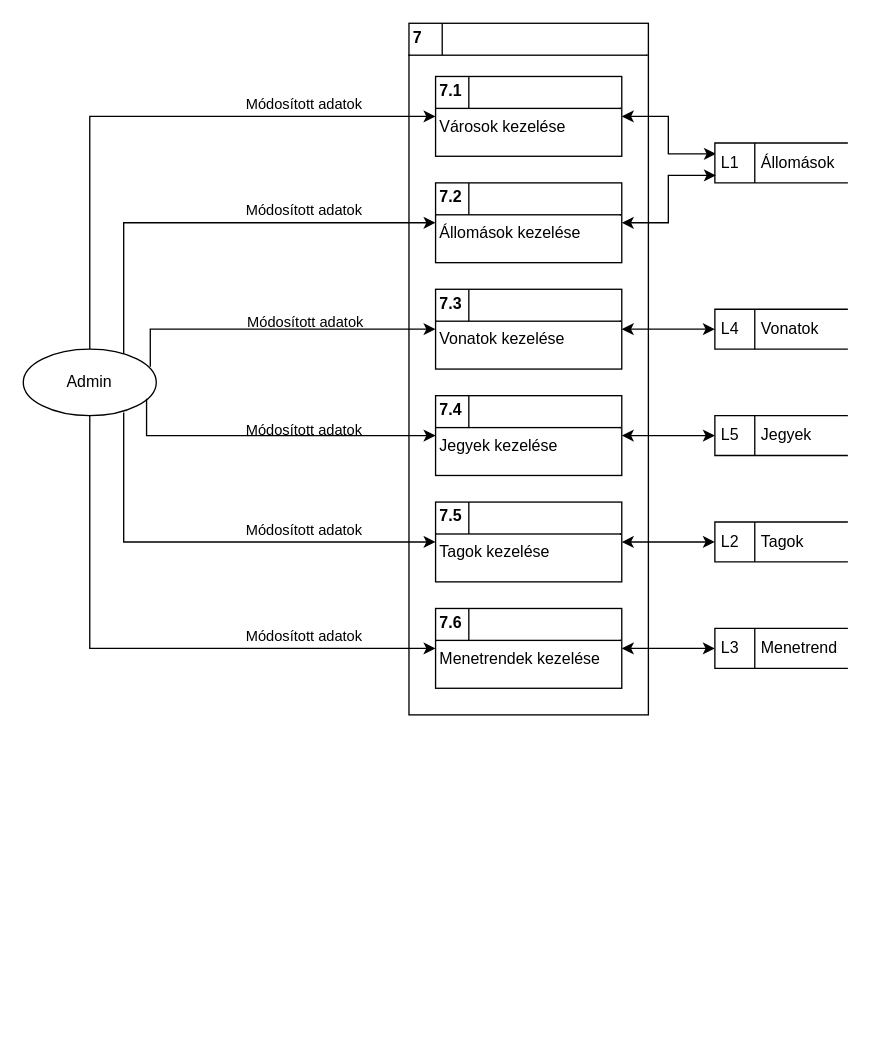
The draw.io diagram dokumentacio/logikai_fiziaki_adatfolyam/logiaki_adatfolyam_kezeles.drawio in RevMarci/vasutmenetrend, before the edit. Source tidied: cells renumbered, new cells numbered last; positions are measured from the earlier drawing's top-left corner, leaving out a move shared by most shapes. Both pictures are drawn from the tidied source at 133%, with x=0, y=0 at pixel (23, 23).
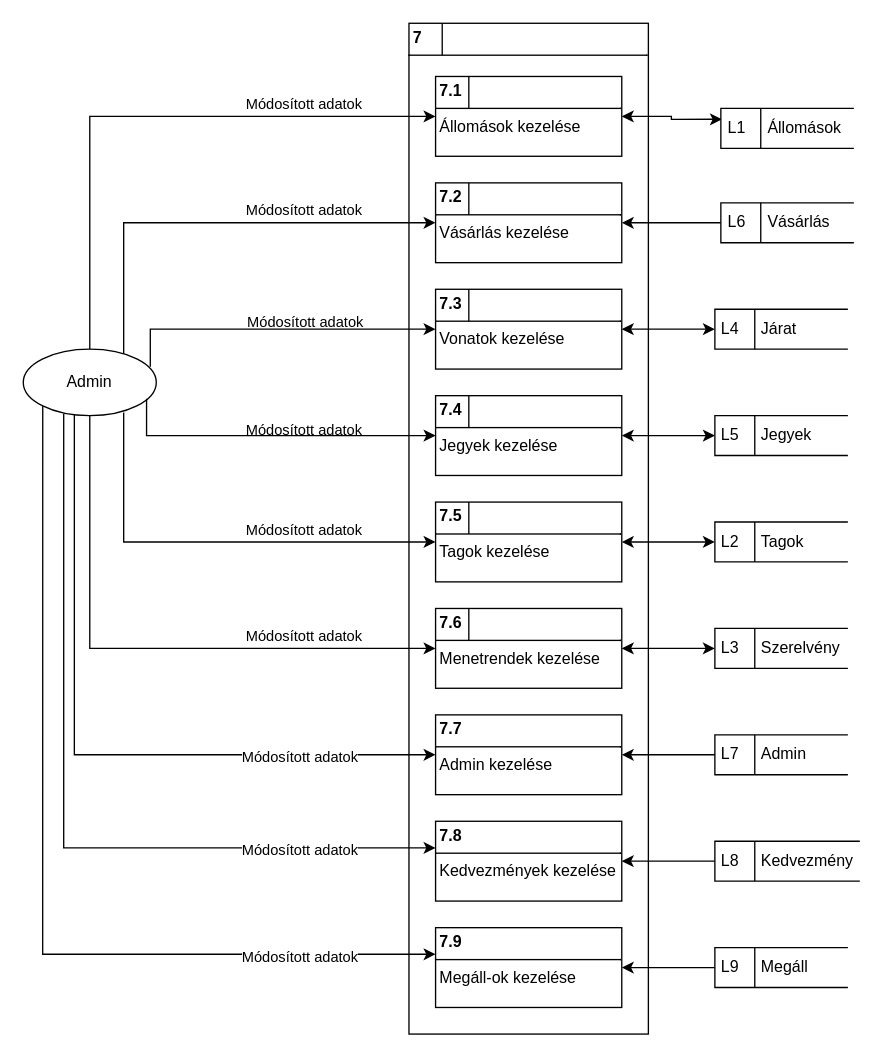
The same page after the edit.

Unchanged cells that the change refers to:
```xml
<mxCell id="18" value="Admin" style="shape=ellipse;html=1;dashed=0;whiteSpace=wrap;perimeter=ellipsePerimeter;" parent="1" vertex="1">
  <mxGeometry y="245" width="100" height="50" as="geometry" />
</mxCell>
<mxCell id="25" value="&lt;p style=&quot;margin: 4px 0px 0px;&quot;&gt;&lt;b&gt;&amp;nbsp;7.5&lt;/b&gt;&lt;/p&gt;&lt;hr size=&quot;1&quot; style=&quot;border-style:solid;&quot;&gt;&lt;div style=&quot;height:2px;&quot;&gt;&amp;nbsp;Tagok kezelése&lt;/div&gt;" style="verticalAlign=top;align=left;overflow=fill;html=1;whiteSpace=wrap;" parent="1" vertex="1">
  <mxGeometry x="310" y="360" width="140" height="60" as="geometry" />
</mxCell>
```

The edit, as a diff of the source:
```diff
@@
     <mxCell id="2" value="&lt;p style=&quot;margin: 4px 0px 0px;&quot;&gt;&lt;b&gt;&amp;nbsp;7&lt;/b&gt;&lt;/p&gt;&lt;hr size=&quot;1&quot; style=&quot;border-style:solid;&quot;&gt;&amp;nbsp;&lt;br&gt;&lt;div style=&quot;height:2px;&quot;&gt;&lt;/div&gt;" style="verticalAlign=top;align=left;overflow=fill;html=1;whiteSpace=wrap;" parent="1" vertex="1">
-      <mxGeometry x="290" width="180" height="520" as="geometry" />
+      <mxGeometry x="290" width="180" height="760" as="geometry" />
     </mxCell>
@@
-    <mxCell id="4" value="&lt;p style=&quot;margin: 4px 0px 0px;&quot;&gt;&lt;b&gt;&amp;nbsp;7.1&lt;/b&gt;&lt;/p&gt;&lt;hr size=&quot;1&quot; style=&quot;border-style:solid;&quot;&gt;&lt;div style=&quot;height:2px;&quot;&gt;&amp;nbsp;Városok kezelése&lt;/div&gt;" style="verticalAlign=top;align=left;overflow=fill;html=1;whiteSpace=wrap;" parent="1" vertex="1">
+    <mxCell id="4" value="&lt;p style=&quot;margin: 4px 0px 0px;&quot;&gt;&lt;b&gt;&amp;nbsp;7.1&lt;/b&gt;&lt;/p&gt;&lt;hr size=&quot;1&quot; style=&quot;border-style:solid;&quot;&gt;&lt;div style=&quot;height:2px;&quot;&gt;&amp;nbsp;Állomások kezelése&lt;/div&gt;" style="verticalAlign=top;align=left;overflow=fill;html=1;whiteSpace=wrap;" parent="1" vertex="1">
       <mxGeometry x="310" y="40" width="140" height="60" as="geometry" />
     </mxCell>
-    <mxCell id="5" value="&lt;p style=&quot;margin: 4px 0px 0px;&quot;&gt;&lt;b&gt;&amp;nbsp;7.2&lt;/b&gt;&lt;/p&gt;&lt;hr size=&quot;1&quot; style=&quot;border-style:solid;&quot;&gt;&lt;div style=&quot;height:2px;&quot;&gt;&amp;nbsp;Állomások kezelése&lt;/div&gt;" style="verticalAlign=top;align=left;overflow=fill;html=1;whiteSpace=wrap;" parent="1" vertex="1">
+    <mxCell id="5" value="&lt;p style=&quot;margin: 4px 0px 0px;&quot;&gt;&lt;b&gt;&amp;nbsp;7.2&lt;/b&gt;&lt;/p&gt;&lt;hr size=&quot;1&quot; style=&quot;border-style:solid;&quot;&gt;&lt;div style=&quot;height:2px;&quot;&gt;&amp;nbsp;Vásárlás kezelése&lt;/div&gt;" style="verticalAlign=top;align=left;overflow=fill;html=1;whiteSpace=wrap;" parent="1" vertex="1">
       <mxGeometry x="310" y="120" width="140" height="60" as="geometry" />
     </mxCell>
@@
+    <mxCell id="40" style="edgeStyle=orthogonalEdgeStyle;rounded=0;jettySize=auto;html=1;exitX=0.384;exitY=0.932;exitDx=0;exitDy=0;exitPerimeter=0;" parent="1" edge="1" source="18" target="54">
+      <mxGeometry relative="1" as="geometry">
+        <Array as="points">
+          <mxPoint x="38" y="550" />
+        </Array>
+      </mxGeometry>
+    </mxCell>
+    <mxCell id="41" value="Módosított adatok" style="edgeLabel;html=1;align=center;verticalAlign=middle;" parent="40" vertex="1">
+      <mxGeometry x="0.61" y="-1" relative="1" as="geometry" />
+    </mxCell>
+    <mxCell id="42" style="edgeStyle=orthogonalEdgeStyle;rounded=0;jettySize=auto;html=1;exitX=0.304;exitY=0.977;exitDx=0;exitDy=0;exitPerimeter=0;" parent="1" edge="1" source="18" target="55">
+      <mxGeometry relative="1" as="geometry">
+        <Array as="points">
+          <mxPoint x="30" y="620" />
+        </Array>
+      </mxGeometry>
+    </mxCell>
+    <mxCell id="43" value="Módosított adatok" style="edgeLabel;html=1;align=center;verticalAlign=middle;" parent="42" vertex="1">
+      <mxGeometry x="0.66" y="-1" relative="1" as="geometry" />
+    </mxCell>
+    <mxCell id="44" style="edgeStyle=orthogonalEdgeStyle;rounded=0;jettySize=auto;html=1;exitX=0;exitY=1;exitDx=0;exitDy=0;" parent="1" edge="1" source="18" target="56">
+      <mxGeometry relative="1" as="geometry">
+        <Array as="points">
+          <mxPoint x="15" y="700" />
+        </Array>
+      </mxGeometry>
+    </mxCell>
+    <mxCell id="45" value="Módosított adatok" style="edgeLabel;html=1;align=center;verticalAlign=middle;" parent="44" vertex="1">
+      <mxGeometry x="0.71" y="-1" relative="1" as="geometry" />
+    </mxCell>
@@
     <mxCell id="19" value="L1&amp;nbsp; &amp;nbsp; &amp;nbsp;Állomások" style="html=1;dashed=0;whiteSpace=wrap;shape=mxgraph.dfd.dataStoreID;align=left;spacingLeft=3;points=[[0,0],[0.5,0],[1,0],[0,0.5],[1,0.5],[0,1],[0.5,1],[1,1]];" parent="1" vertex="1">
-      <mxGeometry x="520" y="90" width="100" height="30" as="geometry" />
+      <mxGeometry x="524.5" y="64" width="100" height="30" as="geometry" />
     </mxCell>
-    <mxCell id="20" value="L4&amp;nbsp; &amp;nbsp; &amp;nbsp;Vonatok" style="html=1;dashed=0;whiteSpace=wrap;shape=mxgraph.dfd.dataStoreID;align=left;spacingLeft=3;points=[[0,0],[0.5,0],[1,0],[0,0.5],[1,0.5],[0,1],[0.5,1],[1,1]];" parent="1" vertex="1">
+    <mxCell id="20" value="L4&amp;nbsp; &amp;nbsp; &amp;nbsp;Járat" style="html=1;dashed=0;whiteSpace=wrap;shape=mxgraph.dfd.dataStoreID;align=left;spacingLeft=3;points=[[0,0],[0.5,0],[1,0],[0,0.5],[1,0.5],[0,1],[0.5,1],[1,1]];" parent="1" vertex="1">
       <mxGeometry x="520" y="215" width="100" height="30" as="geometry" />
     </mxCell>
-    <mxCell id="21" style="edgeStyle=orthogonalEdgeStyle;rounded=0;jettySize=auto;html=1;exitX=1;exitY=0.5;exitDx=0;exitDy=0;entryX=0.008;entryY=0.813;entryDx=0;entryDy=0;entryPerimeter=0;startArrow=classic;startFill=1;" parent="1" edge="1" source="5" target="19">
-      <mxGeometry relative="1" as="geometry" />
-    </mxCell>
@@
     <mxCell id="28" style="edgeStyle=orthogonalEdgeStyle;rounded=0;jettySize=auto;html=1;exitX=0;exitY=0.5;exitDx=0;exitDy=0;entryX=0.755;entryY=0.954;entryDx=0;entryDy=0;entryPerimeter=0;startArrow=classic;startFill=1;endArrow=none;" parent="1" edge="1" source="25" target="18">
-      <mxGeometry relative="1" as="geometry" />
+      <mxGeometry relative="1" as="geometry">
+        <Array as="points">
+          <mxPoint x="75" y="390" />
+        </Array>
+      </mxGeometry>
     </mxCell>
@@
-    <mxCell id="35" value="L3&amp;nbsp; &amp;nbsp; &amp;nbsp;Menetrend" style="html=1;dashed=0;whiteSpace=wrap;shape=mxgraph.dfd.dataStoreID;align=left;spacingLeft=3;points=[[0,0],[0.5,0],[1,0],[0,0.5],[1,0.5],[0,1],[0.5,1],[1,1]];" parent="1" vertex="1">
+    <mxCell id="35" value="L3&amp;nbsp; &amp;nbsp; &amp;nbsp;Szerelvény" style="html=1;dashed=0;whiteSpace=wrap;shape=mxgraph.dfd.dataStoreID;align=left;spacingLeft=3;points=[[0,0],[0.5,0],[1,0],[0,0.5],[1,0.5],[0,1],[0.5,1],[1,1]];" parent="1" vertex="1">
       <mxGeometry x="520" y="455" width="100" height="30" as="geometry" />
     </mxCell>
@@
+    <mxCell id="46" style="edgeStyle=orthogonalEdgeStyle;rounded=0;jettySize=auto;html=1;" parent="1" edge="1" source="47" target="5">
+      <mxGeometry relative="1" as="geometry" />
+    </mxCell>
+    <mxCell id="47" value="L6&amp;nbsp; &amp;nbsp; &amp;nbsp;Vásárlás" style="html=1;dashed=0;whiteSpace=wrap;shape=mxgraph.dfd.dataStoreID;align=left;spacingLeft=3;points=[[0,0],[0.5,0],[1,0],[0,0.5],[1,0.5],[0,1],[0.5,1],[1,1]];" parent="1" vertex="1">
+      <mxGeometry x="524.5" y="135" width="100" height="30" as="geometry" />
+    </mxCell>
+    <mxCell id="48" style="edgeStyle=orthogonalEdgeStyle;rounded=0;jettySize=auto;html=1;" parent="1" edge="1" source="49" target="54">
+      <mxGeometry relative="1" as="geometry" />
+    </mxCell>
+    <mxCell id="49" value="L7&amp;nbsp; &amp;nbsp; &amp;nbsp;Admin" style="html=1;dashed=0;whiteSpace=wrap;shape=mxgraph.dfd.dataStoreID;align=left;spacingLeft=3;points=[[0,0],[0.5,0],[1,0],[0,0.5],[1,0.5],[0,1],[0.5,1],[1,1]];" parent="1" vertex="1">
+      <mxGeometry x="520" y="535" width="100" height="30" as="geometry" />
+    </mxCell>
+    <mxCell id="50" style="edgeStyle=orthogonalEdgeStyle;rounded=0;jettySize=auto;html=1;" parent="1" edge="1" source="51" target="55">
+      <mxGeometry relative="1" as="geometry" />
+    </mxCell>
+    <mxCell id="51" value="L8&amp;nbsp; &amp;nbsp; &amp;nbsp;Kedvezmény" style="html=1;dashed=0;whiteSpace=wrap;shape=mxgraph.dfd.dataStoreID;align=left;spacingLeft=3;points=[[0,0],[0.5,0],[1,0],[0,0.5],[1,0.5],[0,1],[0.5,1],[1,1]];" parent="1" vertex="1">
+      <mxGeometry x="520" y="615" width="109" height="30" as="geometry" />
+    </mxCell>
+    <mxCell id="52" style="edgeStyle=orthogonalEdgeStyle;rounded=0;jettySize=auto;html=1;" parent="1" edge="1" source="53" target="56">
+      <mxGeometry relative="1" as="geometry" />
+    </mxCell>
+    <mxCell id="53" value="L9&amp;nbsp; &amp;nbsp; &amp;nbsp;Megáll" style="html=1;dashed=0;whiteSpace=wrap;shape=mxgraph.dfd.dataStoreID;align=left;spacingLeft=3;points=[[0,0],[0.5,0],[1,0],[0,0.5],[1,0.5],[0,1],[0.5,1],[1,1]];" parent="1" vertex="1">
+      <mxGeometry x="520" y="695" width="100" height="30" as="geometry" />
+    </mxCell>
+    <mxCell id="54" value="&lt;p style=&quot;margin: 4px 0px 0px;&quot;&gt;&lt;b&gt;&amp;nbsp;7.7&lt;/b&gt;&lt;/p&gt;&lt;hr size=&quot;1&quot; style=&quot;border-style:solid;&quot;&gt;&lt;div style=&quot;height:2px;&quot;&gt;&amp;nbsp;Admin kezelése&lt;/div&gt;" style="verticalAlign=top;align=left;overflow=fill;html=1;whiteSpace=wrap;" parent="1" vertex="1">
+      <mxGeometry x="310" y="520" width="140" height="60" as="geometry" />
+    </mxCell>
+    <mxCell id="55" value="&lt;p style=&quot;margin: 4px 0px 0px;&quot;&gt;&lt;b&gt;&amp;nbsp;7.8&lt;/b&gt;&lt;/p&gt;&lt;hr size=&quot;1&quot; style=&quot;border-style:solid;&quot;&gt;&lt;div style=&quot;height:2px;&quot;&gt;&amp;nbsp;Kedvezmények kezelése&lt;/div&gt;" style="verticalAlign=top;align=left;overflow=fill;html=1;whiteSpace=wrap;" parent="1" vertex="1">
+      <mxGeometry x="310" y="600" width="140" height="60" as="geometry" />
+    </mxCell>
+    <mxCell id="56" value="&lt;p style=&quot;margin: 4px 0px 0px;&quot;&gt;&lt;b&gt;&amp;nbsp;7.9&lt;/b&gt;&lt;/p&gt;&lt;hr size=&quot;1&quot; style=&quot;border-style:solid;&quot;&gt;&lt;div style=&quot;height:2px;&quot;&gt;&amp;nbsp;Megáll-ok kezelése&lt;/div&gt;" style="verticalAlign=top;align=left;overflow=fill;html=1;whiteSpace=wrap;" parent="1" vertex="1">
+      <mxGeometry x="310" y="680" width="140" height="60" as="geometry" />
+    </mxCell>
```
